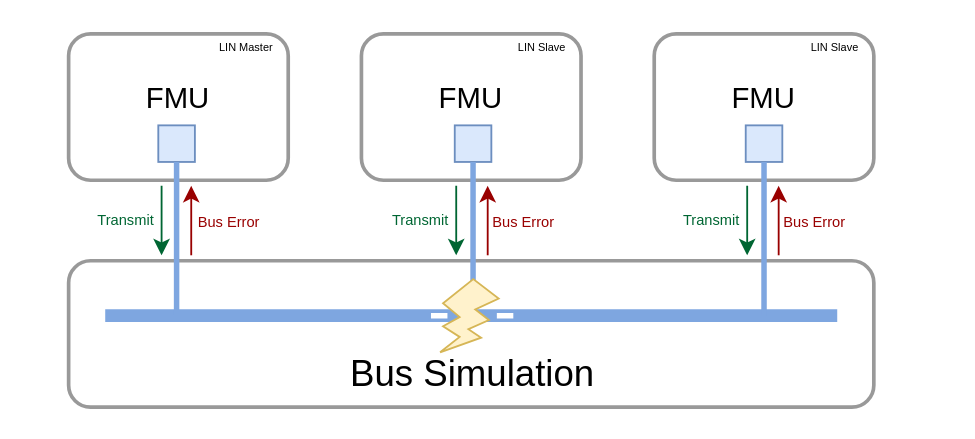
modelica/fmi-ls-bus keeps this draw.io diagram as docs/images/lin_error_handling_overview.drawio. Above is the earlier version. Source tidied: cells renumbered, new cells numbered last; positions are measured from the earlier drawing's top-left corner, leaving out a move shared by most shapes. Both pictures are drawn from the tidied source at 183%, with x=0, y=0 at pixel (31, 33).
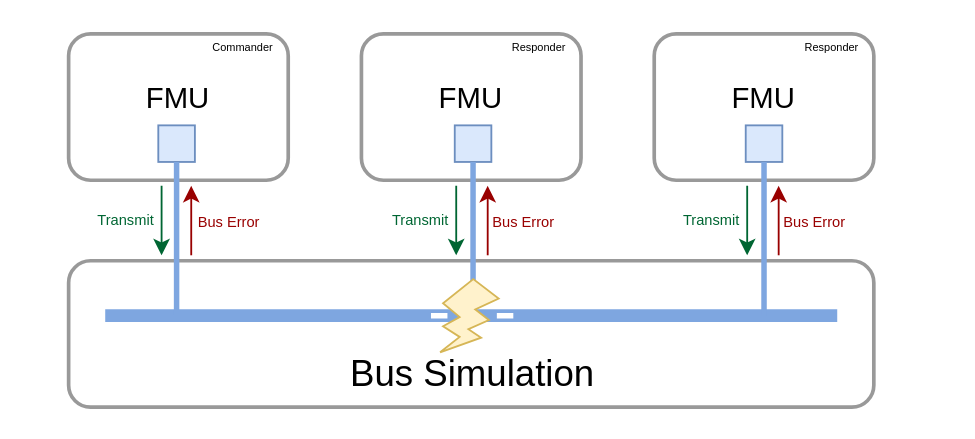
Above is the later version.

Commit message (it also covers changes not shown here):
Use Commander and Responder instead of LIN Master/Slave (2)

The edit, as a diff of the source:
```diff
@@
-    <mxCell id="27" value="LIN Master" style="text;html=1;strokeColor=none;fillColor=none;align=right;verticalAlign=middle;whiteSpace=wrap;rounded=0;fontSize=6;fontColor=#000000;" parent="1" vertex="1">
+    <mxCell id="27" value="Commander" style="text;html=1;strokeColor=none;fillColor=none;align=right;verticalAlign=middle;whiteSpace=wrap;rounded=0;fontSize=6;fontColor=#000000;" parent="1" vertex="1">
       <mxGeometry x="24" y="3" width="110" height="10" as="geometry" />
     </mxCell>
-    <mxCell id="28" value="LIN Slave" style="text;html=1;strokeColor=none;fillColor=none;align=right;verticalAlign=middle;whiteSpace=wrap;rounded=0;fontSize=6;fontColor=#000000;" parent="1" vertex="1">
+    <mxCell id="28" value="Responder" style="text;html=1;strokeColor=none;fillColor=none;align=right;verticalAlign=middle;whiteSpace=wrap;rounded=0;fontSize=6;fontColor=#000000;" parent="1" vertex="1">
       <mxGeometry x="184" y="3" width="110" height="10" as="geometry" />
     </mxCell>
-    <mxCell id="29" value="LIN Slave" style="text;html=1;strokeColor=none;fillColor=none;align=right;verticalAlign=middle;whiteSpace=wrap;rounded=0;fontSize=6;fontColor=#000000;" parent="1" vertex="1">
+    <mxCell id="29" value="Responder" style="text;html=1;strokeColor=none;fillColor=none;align=right;verticalAlign=middle;whiteSpace=wrap;rounded=0;fontSize=6;fontColor=#000000;" parent="1" vertex="1">
       <mxGeometry x="344" y="3" width="110" height="10" as="geometry" />
     </mxCell>
```
